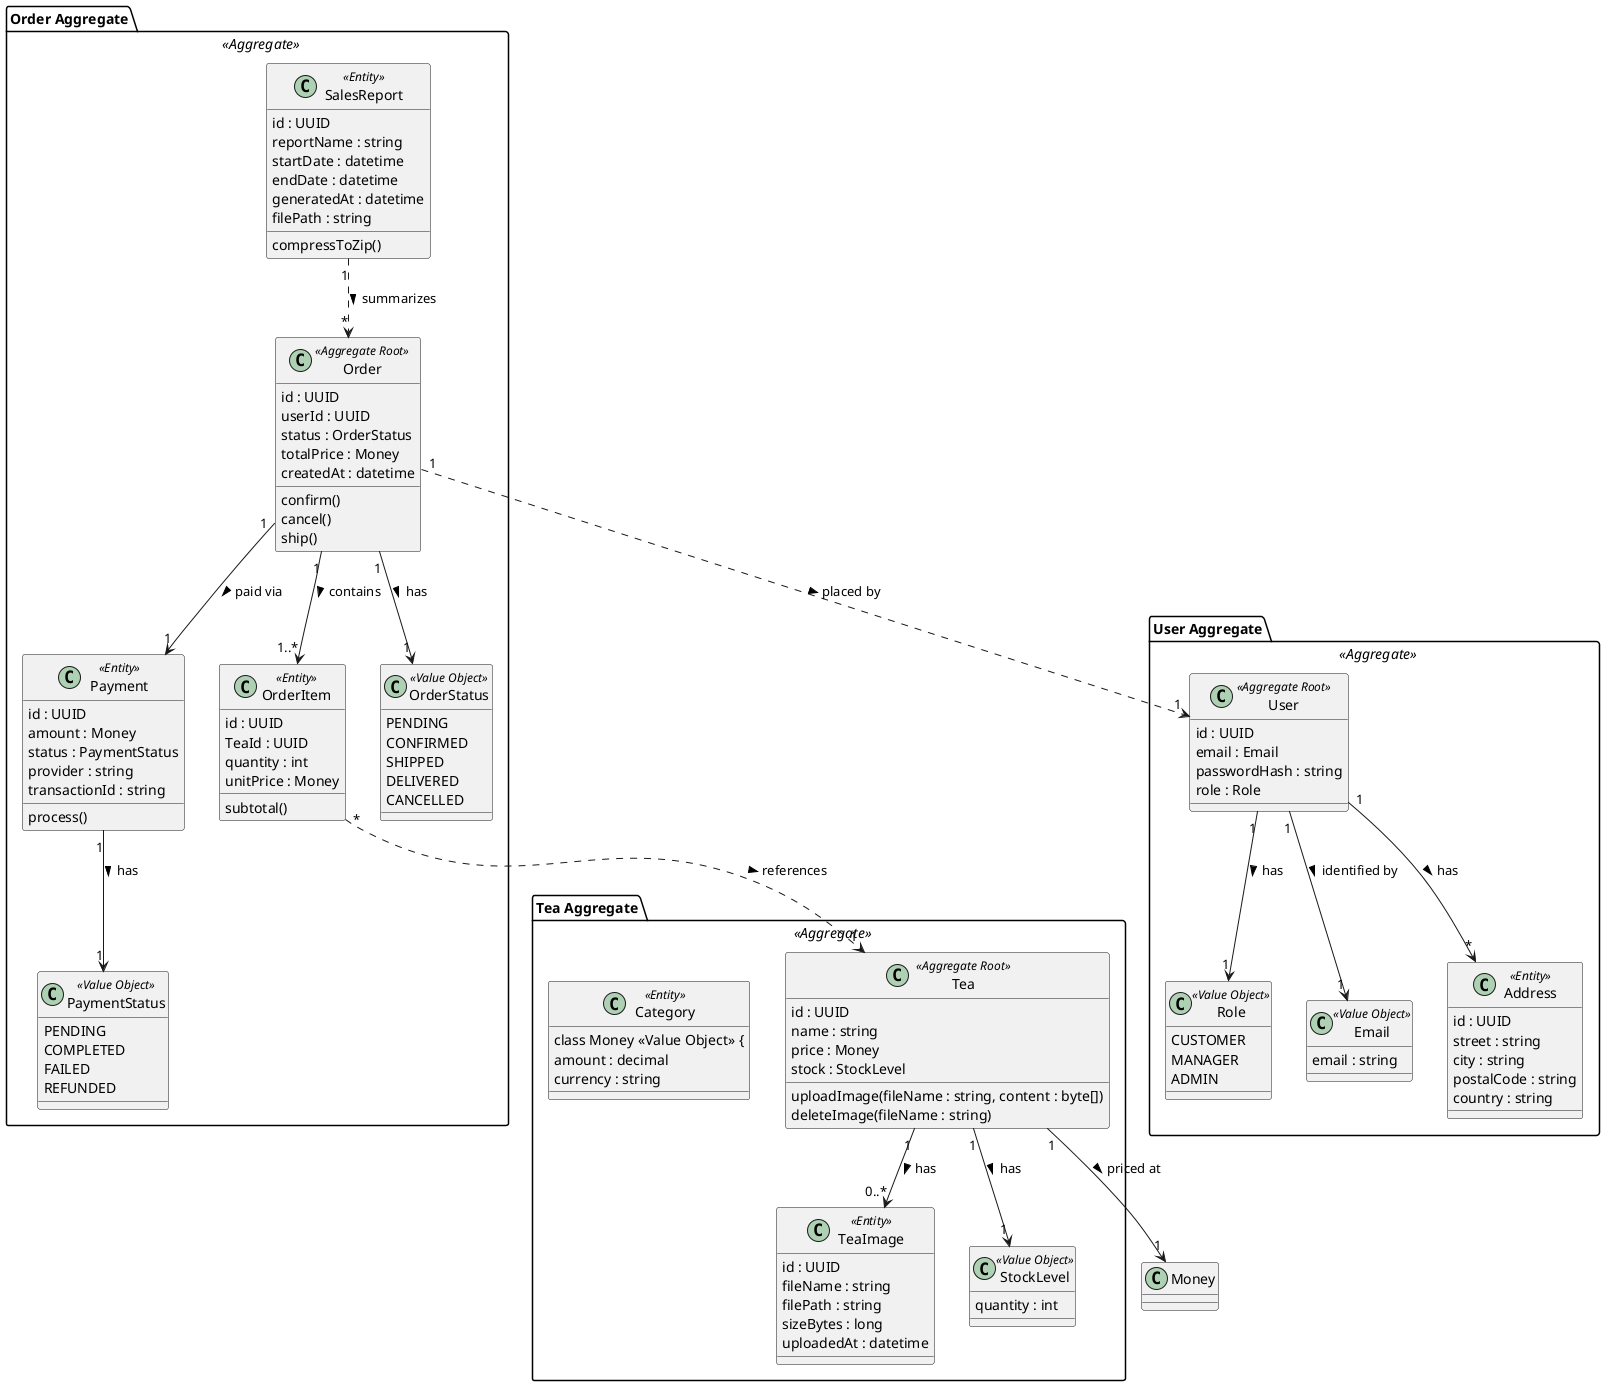
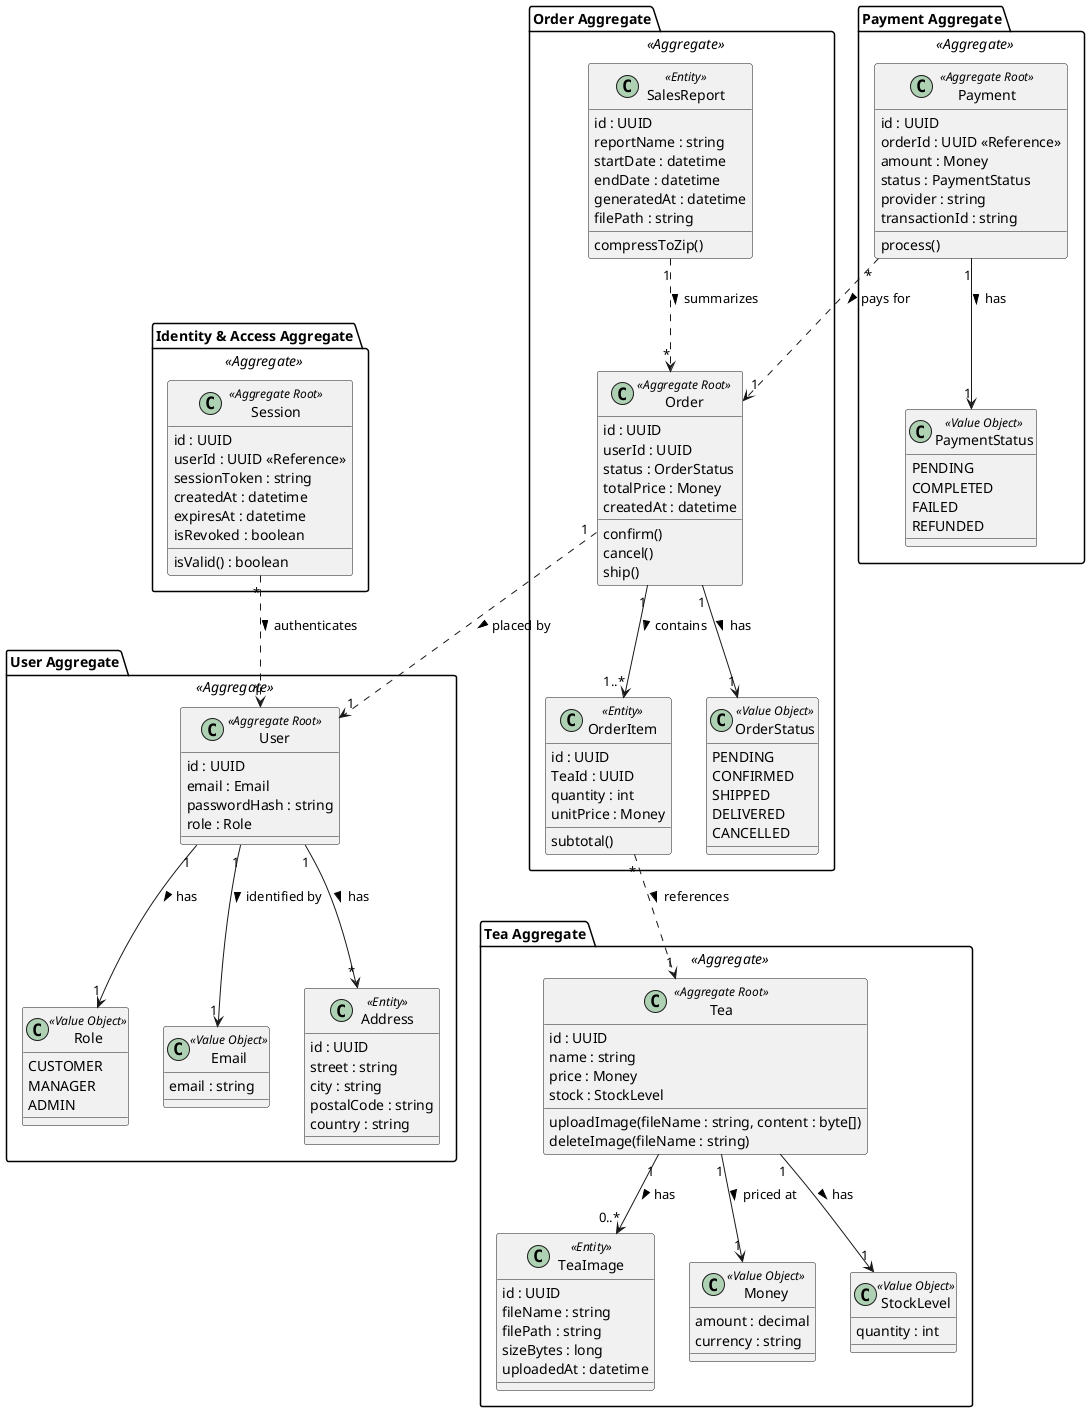
@startuml
+ 
+ package "Identity & Access Aggregate" <<Aggregate>> {
+   class Session <<Aggregate Root>> {
+     id : UUID
+     userId : UUID <<Reference>>
+     sessionToken : string
+     createdAt : datetime
+     expiresAt : datetime
+     isRevoked : boolean
+     isValid() : boolean
+   }
+ }

package "User Aggregate" <<Aggregate>> {
  class User <<Aggregate Root>> {
    id : UUID
    email : Email
    passwordHash : string
    role : Role
  }
  class Role <<Value Object>> {
    CUSTOMER
    MANAGER
    ADMIN
  }
  class Email <<Value Object>> {
    email : string
  }
  class Address <<Entity>> {
    id : UUID
    street : string
    city : string
    postalCode : string
    country : string
  }
}

package "Tea Aggregate" <<Aggregate>> {
  class Tea <<Aggregate Root>> {
    id : UUID
    name : string
    price : Money
    stock : StockLevel
    uploadImage(fileName : string, content : byte[])
    deleteImage(fileName : string)
  }
  class TeaImage <<Entity>> {
    id : UUID
    fileName : string
    filePath : string
    sizeBytes : long
    uploadedAt : datetime
  }
-   class Category <<Entity>> {
- 
  class Money <<Value Object>> {
    amount : decimal
    currency : string
  }
  class StockLevel <<Value Object>> {
    quantity : int
  }
}

- ' =================== ORDER AGGREGATE ===================
package "Order Aggregate" <<Aggregate>> {
  class Order <<Aggregate Root>> {
    id : UUID
    userId : UUID
    status : OrderStatus
    totalPrice : Money
    createdAt : datetime
    confirm()
    cancel()
    ship()
  }
  class OrderItem <<Entity>> {
    id : UUID
    TeaId : UUID
    quantity : int
    unitPrice : Money
    subtotal()
  }
-   class Payment <<Entity>> {
-     id : UUID
-     amount : Money
-     status : PaymentStatus
-     provider : string
-     transactionId : string
-     process()
-   }
  class OrderStatus <<Value Object>> {
    PENDING
    CONFIRMED
    SHIPPED
    DELIVERED
    CANCELLED
-   }
-   class PaymentStatus <<Value Object>> {
-     PENDING
-     COMPLETED
-     FAILED
-     REFUNDED
  }
  class SalesReport <<Entity>> {
    id : UUID
    reportName : string
    startDate : datetime
    endDate : datetime
    generatedAt : datetime
    filePath : string
    compressToZip()
  }
}

+ package "Payment Aggregate" <<Aggregate>> {
+   class Payment <<Aggregate Root>> {
+     id : UUID
+     orderId : UUID <<Reference>>
+     amount : Money
+     status : PaymentStatus
+     provider : string
+     transactionId : string
+     process()
+   }
+   class PaymentStatus <<Value Object>> {
+     PENDING
+     COMPLETED
+     FAILED
+     REFUNDED
+   }
+ }
+ 
+ ' --- Relationships ---
User "1" --> "1" Role : has >
User "1" --> "1" Email : identified by >
User "1" --> "*" Address : has >
+ 
+ Session "*" ..> "1" User : authenticates >

Tea "1" --> "1" Money : priced at >
Tea "1" --> "1" StockLevel : has >
Tea "1" --> "0..*" TeaImage : has >

Order "1" --> "1" OrderStatus : has >
Order "1" --> "1..*" OrderItem : contains >
- Order "1" --> "1" Payment : paid via >
- Payment "1" --> "1" PaymentStatus : has >
SalesReport "1" ..> "*" Order : summarizes >

- Order "1" ..> "1" User : placed by  >
+ Order "1" ..> "1" User : placed by >
OrderItem "*" ..> "1" Tea : references >

+ Payment "*" ..> "1" Order : pays for >
+ Payment "1" --> "1" PaymentStatus : has >
+ 
+ 
@enduml